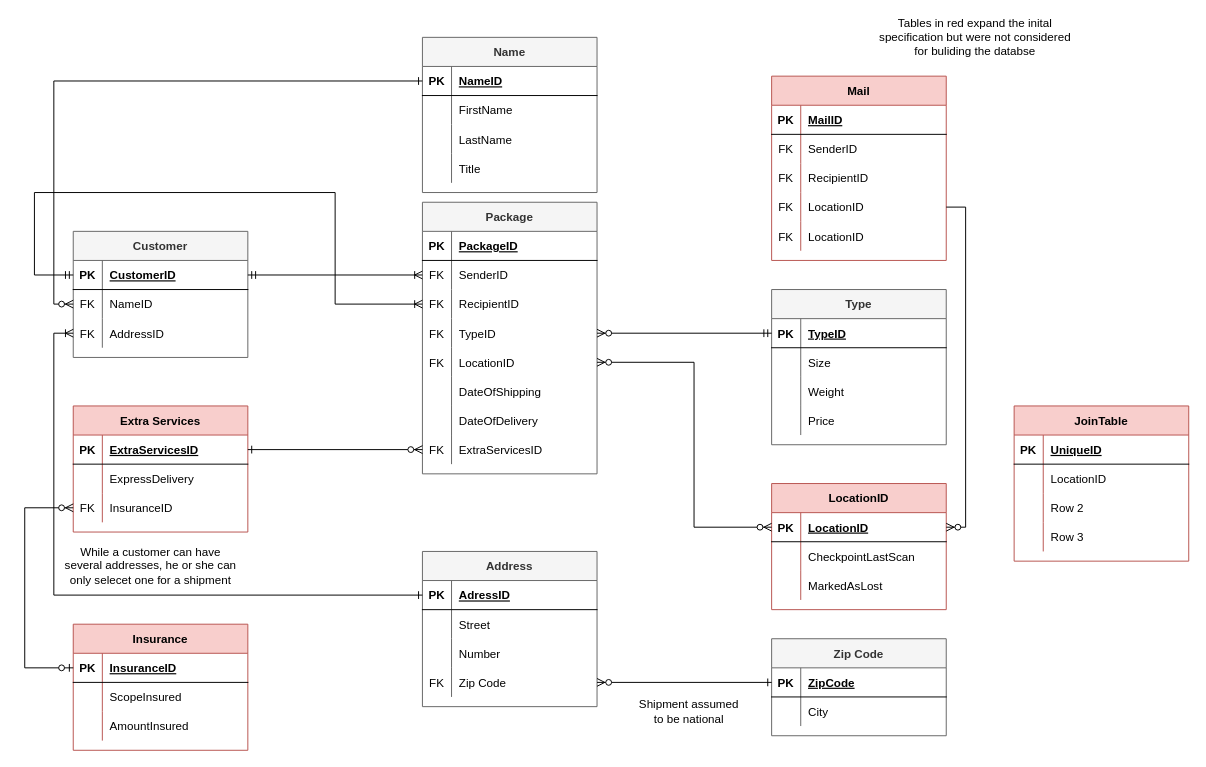
20180912/CFLMS-Mark-CodeReview-09 keeps this draw.io diagram as page "Step-4 (Bonus)" (5 of 5) of MailDeliveryServices.drawio. Above is the earlier version. Source tidied: cells renumbered, new cells numbered last; positions are measured from the earlier drawing's top-left corner, leaving out a move shared by most shapes. Both pictures are drawn from the tidied source at 97%, with x=0, y=0 at pixel (24, 17).
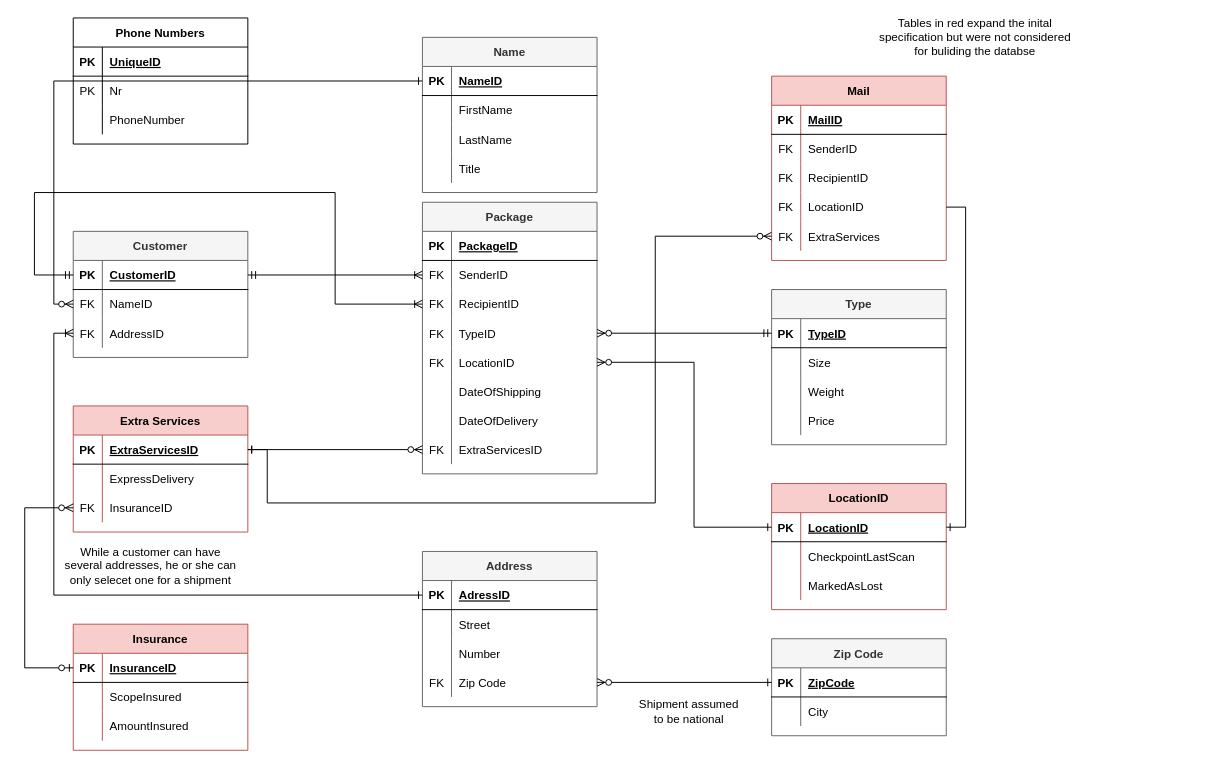
Above is the later version.

Unchanged cells that the change refers to:
```xml
<mxCell id="15" style="shape=partialRectangle;fillColor=none;top=0;left=0;bottom=0;right=0;points=[[0,0.5],[1,0.5]];portConstraint=eastwest;" parent="2" vertex="1">
  <mxGeometry y="150" width="180" height="30" as="geometry" />
</mxCell>
<mxCell id="92" style="shape=partialRectangle;fillColor=none;top=0;left=0;bottom=1;right=0;points=[[0,0.5],[1,0.5]];portConstraint=eastwest;" parent="91" vertex="1">
  <mxGeometry y="30" width="180" height="30" as="geometry" />
</mxCell>
<mxCell id="114" style="shape=partialRectangle;fillColor=none;top=0;left=0;bottom=1;right=0;points=[[0,0.5],[1,0.5]];portConstraint=eastwest;" parent="113" vertex="1">
  <mxGeometry y="30" width="180" height="30" as="geometry" />
</mxCell>
<mxCell id="135" style="shape=partialRectangle;fillColor=none;top=0;left=0;bottom=0;right=0;points=[[0,0.5],[1,0.5]];portConstraint=eastwest;" parent="125" vertex="1">
  <mxGeometry y="120" width="180" height="30" as="geometry" />
</mxCell>
<mxCell id="138" style="shape=partialRectangle;fillColor=none;top=0;left=0;bottom=0;right=0;points=[[0,0.5],[1,0.5]];portConstraint=eastwest;" parent="125" vertex="1">
  <mxGeometry y="150" width="180" height="30" as="geometry" />
</mxCell>
```

What changed in the source:
```diff
@@
-    <mxCell id="123" style="edgeStyle=orthogonalEdgeStyle;rounded=0;jettySize=auto;html=1;exitX=1;exitY=0.5;exitDx=0;exitDy=0;entryX=0;entryY=0.5;entryDx=0;entryDy=0;startArrow=ERzeroToMany;startFill=1;endArrow=ERzeroToMany;endFill=1;" parent="1" edge="1" source="15" target="114">
+    <mxCell id="123" style="edgeStyle=orthogonalEdgeStyle;rounded=0;jettySize=auto;html=1;exitX=1;exitY=0.5;exitDx=0;exitDy=0;entryX=0;entryY=0.5;entryDx=0;entryDy=0;startArrow=ERzeroToMany;startFill=1;endArrow=ERone;endFill=0;" parent="1" edge="1" source="15" target="114">
       <mxGeometry relative="1" as="geometry">
         <Array as="points">
           <mxPoint x="690" y="355" />
           <mxPoint x="690" y="525" />
         </Array>
       </mxGeometry>
     </mxCell>
@@
-    <mxCell id="140" value="LocationID" style="shape=partialRectangle;fillColor=none;top=0;left=0;bottom=0;right=0;align=left;spacingLeft=6;overflow=hidden;" parent="138" vertex="1">
+    <mxCell id="140" value="ExtraServices" style="shape=partialRectangle;fillColor=none;top=0;left=0;bottom=0;right=0;align=left;spacingLeft=6;overflow=hidden;" parent="138" vertex="1">
       <mxGeometry x="30" width="150" height="30" as="geometry" />
     </mxCell>
-    <mxCell id="141" style="edgeStyle=orthogonalEdgeStyle;rounded=0;jettySize=auto;html=1;exitX=1;exitY=0.5;exitDx=0;exitDy=0;entryX=1;entryY=0.5;entryDx=0;entryDy=0;endArrow=ERzeroToMany;endFill=1;" parent="1" edge="1" source="135" target="114">
+    <mxCell id="141" style="edgeStyle=orthogonalEdgeStyle;rounded=0;jettySize=auto;html=1;exitX=1;exitY=0.5;exitDx=0;exitDy=0;entryX=1;entryY=0.5;entryDx=0;entryDy=0;endArrow=ERone;endFill=0;" parent="1" edge="1" source="135" target="114">
       <mxGeometry relative="1" as="geometry" />
     </mxCell>
-    <mxCell id="142" value="JoinTable" style="shape=table;startSize=30;childLayout=tableLayout;rowLines=0;fontStyle=1;align=center;fillColor=#f8cecc;strokeColor=#b85450;" parent="1" vertex="1">
-      <mxGeometry x="1020" y="400" width="180" height="160" as="geometry" />
-    </mxCell>
+    <mxCell id="155" style="edgeStyle=orthogonalEdgeStyle;rounded=0;jettySize=auto;html=1;exitX=0;exitY=0.5;exitDx=0;exitDy=0;entryX=1;entryY=0.5;entryDx=0;entryDy=0;endArrow=ERone;endFill=0;startArrow=ERzeroToMany;startFill=1;" parent="1" edge="1" source="138" target="92">
+      <mxGeometry relative="1" as="geometry">
+        <Array as="points">
+          <mxPoint x="650" y="225" />
+          <mxPoint x="650" y="500" />
+          <mxPoint x="250" y="500" />
+          <mxPoint x="250" y="445" />
+        </Array>
+      </mxGeometry>
+    </mxCell>
+    <mxCell id="156" value="Phone Numbers" style="shape=table;startSize=30;childLayout=tableLayout;rowLines=0;fontStyle=1;align=center;" parent="1" vertex="1">
+      <mxGeometry x="50" width="180" height="130" as="geometry" />
+    </mxCell>
-    <mxCell id="143" style="shape=partialRectangle;fillColor=none;top=0;left=0;bottom=1;right=0;" parent="142" vertex="1">
+    <mxCell id="143" style="shape=partialRectangle;fillColor=none;top=0;left=0;bottom=1;right=0;" parent="156" vertex="1">
       <mxGeometry y="30" width="180" height="30" as="geometry" />
     </mxCell>
@@
-    <mxCell id="146" style="shape=partialRectangle;fillColor=none;top=0;left=0;bottom=0;right=0;" parent="142" vertex="1">
+    <mxCell id="146" style="shape=partialRectangle;fillColor=none;top=0;left=0;bottom=0;right=0;" parent="156" vertex="1">
       <mxGeometry y="60" width="180" height="30" as="geometry" />
     </mxCell>
-    <mxCell id="147" style="shape=partialRectangle;fillColor=none;top=0;left=0;bottom=0;right=0;overflow=hidden;" parent="146" vertex="1">
-      <mxGeometry width="30" height="30" as="geometry" />
-    </mxCell>
-    <mxCell id="148" value="LocationID" style="shape=partialRectangle;fillColor=none;top=0;left=0;bottom=0;right=0;align=left;spacingLeft=6;overflow=hidden;" parent="146" vertex="1">
-      <mxGeometry x="30" width="150" height="30" as="geometry" />
-    </mxCell>
+    <mxCell id="157" value="PK" style="shape=partialRectangle;fillColor=none;top=0;left=0;bottom=0;right=0;overflow=hidden;" parent="146" vertex="1">
+      <mxGeometry width="30" height="30" as="geometry" />
+    </mxCell>
+    <mxCell id="158" value="Nr" style="shape=partialRectangle;fillColor=none;top=0;left=0;bottom=0;right=0;align=left;spacingLeft=6;overflow=hidden;" parent="146" vertex="1">
+      <mxGeometry x="30" width="150" height="30" as="geometry" />
+    </mxCell>
-    <mxCell id="149" style="shape=partialRectangle;fillColor=none;top=0;left=0;bottom=0;right=0;" parent="142" vertex="1">
+    <mxCell id="149" style="shape=partialRectangle;fillColor=none;top=0;left=0;bottom=0;right=0;" parent="156" vertex="1">
       <mxGeometry y="90" width="180" height="30" as="geometry" />
     </mxCell>
-    <mxCell id="150" style="shape=partialRectangle;fillColor=none;top=0;left=0;bottom=0;right=0;overflow=hidden;" parent="149" vertex="1">
-      <mxGeometry width="30" height="30" as="geometry" />
-    </mxCell>
-    <mxCell id="151" value="Row 2" style="shape=partialRectangle;fillColor=none;top=0;left=0;bottom=0;right=0;align=left;spacingLeft=6;overflow=hidden;" parent="149" vertex="1">
-      <mxGeometry x="30" width="150" height="30" as="geometry" />
-    </mxCell>
-    <mxCell id="152" style="shape=partialRectangle;fillColor=none;top=0;left=0;bottom=0;right=0;" parent="142" vertex="1">
-      <mxGeometry y="120" width="180" height="30" as="geometry" />
-    </mxCell>
-    <mxCell id="153" style="shape=partialRectangle;fillColor=none;top=0;left=0;bottom=0;right=0;overflow=hidden;" parent="152" vertex="1">
-      <mxGeometry width="30" height="30" as="geometry" />
-    </mxCell>
-    <mxCell id="154" value="Row 3" style="shape=partialRectangle;fillColor=none;top=0;left=0;bottom=0;right=0;align=left;spacingLeft=6;overflow=hidden;" parent="152" vertex="1">
-      <mxGeometry x="30" width="150" height="30" as="geometry" />
-    </mxCell>
+    <mxCell id="159" style="shape=partialRectangle;fillColor=none;top=0;left=0;bottom=0;right=0;overflow=hidden;" parent="149" vertex="1">
+      <mxGeometry width="30" height="30" as="geometry" />
+    </mxCell>
+    <mxCell id="160" value="PhoneNumber" style="shape=partialRectangle;fillColor=none;top=0;left=0;bottom=0;right=0;align=left;spacingLeft=6;overflow=hidden;" parent="149" vertex="1">
+      <mxGeometry x="30" width="150" height="30" as="geometry" />
+    </mxCell>
```
